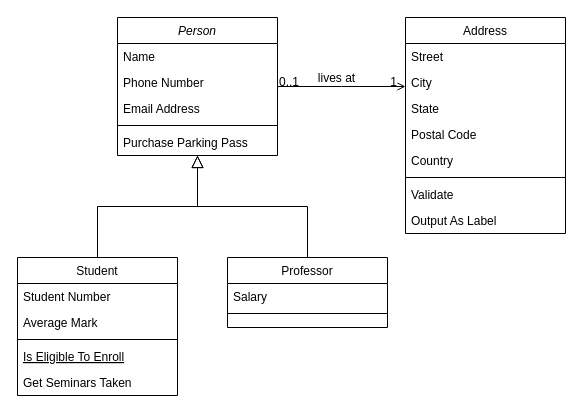
Earlier version of the draw.io diagram Диаграмма без названия.drawio (Andrey228v/UML). Source tidied: cells renumbered, new cells numbered last; positions are measured from the earlier drawing's top-left corner, leaving out a move shared by most shapes. Both pictures are drawn from the tidied source at 100%, with x=0, y=0 at pixel (17, 17).
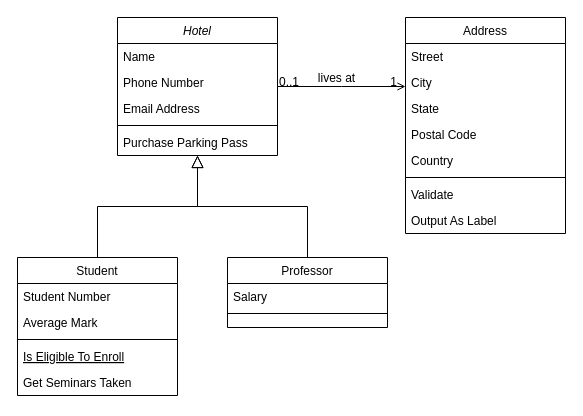
Above is the later version.

The edit, as a diff of the source:
```diff
@@
-    <mxCell id="2" value="Person" style="swimlane;fontStyle=2;align=center;verticalAlign=top;horizontal=1;startSize=26;rounded=0;shadow=0;strokeWidth=1;" parent="1" vertex="1">
+    <mxCell id="2" value="Hotel" style="swimlane;fontStyle=2;align=center;verticalAlign=top;horizontal=1;startSize=26;rounded=0;shadow=0;strokeWidth=1;" parent="1" vertex="1">
       <mxGeometry x="100" width="160" height="138" as="geometry" />
     </mxCell>
```
